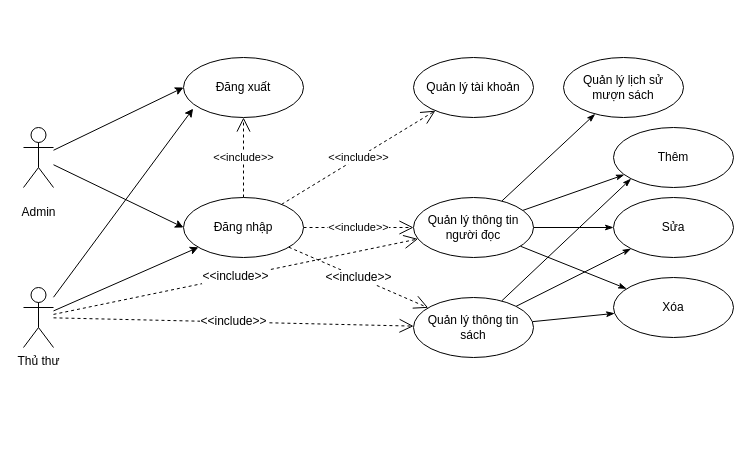
Earlier version of the draw.io diagram src/LibraryManagementProgram/icon/Untitled Diagram.drawio (Mvt1927/DoAnCoSo). Source tidied: cells renumbered, new cells numbered last; positions are measured from the earlier drawing's top-left corner, leaving out a move shared by most shapes. Both pictures are drawn from the tidied source at 100%, with x=0, y=0 at pixel (23, 57).
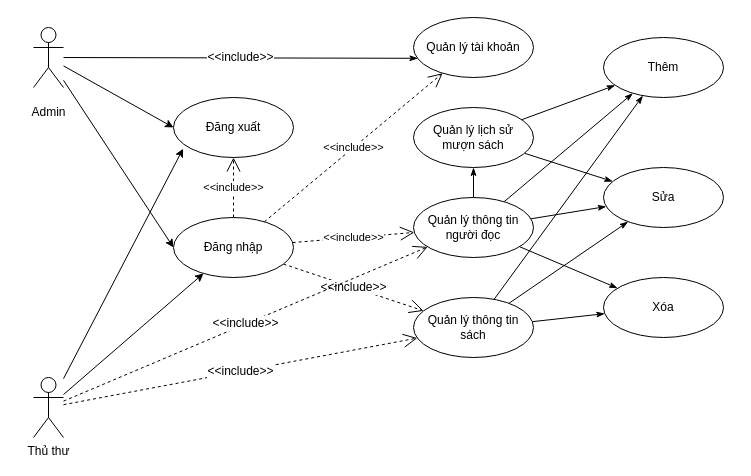
The same diagram, later.

The change refers to these unchanged cells:
```xml
<mxCell id="25" value="Quản lý thông tin sách" style="ellipse;whiteSpace=wrap;html=1;" parent="1" vertex="1">
  <mxGeometry x="390" y="240" width="120" height="60" as="geometry" />
</mxCell>
```

What changed in the source:
```diff
@@
+    <mxCell id="30" value="&amp;lt;&amp;lt;include&amp;gt;&amp;gt;" style="edgeStyle=none;rounded=0;jettySize=auto;html=1;entryX=0.037;entryY=0.68;entryDx=0;entryDy=0;entryPerimeter=0;fontFamily=Helvetica;fontSize=12;fontColor=default;endArrow=classicThin;endFill=1;endSize=6;" parent="1" edge="1" source="4" target="11">
+      <mxGeometry relative="1" as="geometry" />
+    </mxCell>
     <mxCell id="4" value="&lt;p style=&quot;line-height: 1&quot;&gt;Admin&lt;br&gt;&lt;/p&gt;" style="shape=umlActor;verticalLabelPosition=bottom;verticalAlign=top;html=1;outlineConnect=0;" parent="1" vertex="1">
-      <mxGeometry y="70" width="30" height="60" as="geometry" />
+      <mxGeometry x="10" y="-30" width="30" height="60" as="geometry" />
     </mxCell>
@@
     <mxCell id="9" value="Đăng nhập" style="ellipse;whiteSpace=wrap;html=1;" parent="1" vertex="1">
-      <mxGeometry x="160" y="140" width="120" height="60" as="geometry" />
+      <mxGeometry x="150" y="160" width="120" height="60" as="geometry" />
     </mxCell>
     <mxCell id="10" value="Đăng xuất" style="ellipse;whiteSpace=wrap;html=1;" parent="1" vertex="1">
-      <mxGeometry x="160" width="120" height="60" as="geometry" />
+      <mxGeometry x="150" y="40" width="120" height="60" as="geometry" />
     </mxCell>
     <mxCell id="11" value="Quản lý tài khoản" style="ellipse;whiteSpace=wrap;html=1;" parent="1" vertex="1">
-      <mxGeometry x="390" width="120" height="60" as="geometry" />
+      <mxGeometry x="390" y="-40" width="120" height="60" as="geometry" />
     </mxCell>
@@
     <mxCell id="21" value="Thủ thư" style="shape=umlActor;verticalLabelPosition=bottom;verticalAlign=top;html=1;outlineConnect=0;" parent="1" vertex="1">
-      <mxGeometry y="230" width="30" height="60" as="geometry" />
+      <mxGeometry x="10" y="320" width="30" height="60" as="geometry" />
     </mxCell>
-    <mxCell id="22" style="edgeStyle=none;rounded=0;jettySize=auto;html=1;entryX=0;entryY=1;entryDx=0;entryDy=0;fontFamily=Helvetica;fontSize=12;fontColor=default;endArrow=classicThin;endFill=1;endSize=6;" parent="1" edge="1" source="25" target="27">
+    <mxCell id="22" style="edgeStyle=none;rounded=0;jettySize=auto;html=1;fontFamily=Helvetica;fontSize=12;fontColor=default;endArrow=classicThin;endFill=1;endSize=6;" parent="1" edge="1" source="25" target="27">
       <mxGeometry relative="1" as="geometry" />
     </mxCell>
@@
+    <mxCell id="31" style="edgeStyle=none;rounded=0;jettySize=auto;html=1;fontFamily=Helvetica;fontSize=12;fontColor=default;endArrow=classicThin;endFill=1;endSize=6;" parent="1" edge="1" source="26" target="27">
+      <mxGeometry relative="1" as="geometry" />
+    </mxCell>
+    <mxCell id="32" style="edgeStyle=none;rounded=0;jettySize=auto;html=1;fontFamily=Helvetica;fontSize=12;fontColor=default;endArrow=classicThin;endFill=1;endSize=6;" parent="1" edge="1" source="26" target="28">
+      <mxGeometry relative="1" as="geometry" />
+    </mxCell>
     <mxCell id="26" value="Quản lý lịch sử &lt;br&gt;mượn sách" style="ellipse;whiteSpace=wrap;html=1;" parent="1" vertex="1">
-      <mxGeometry x="540" width="120" height="60" as="geometry" />
+      <mxGeometry x="390" y="50" width="120" height="60" as="geometry" />
     </mxCell>
     <mxCell id="27" value="Thêm" style="ellipse;whiteSpace=wrap;html=1;" parent="1" vertex="1">
-      <mxGeometry x="590" y="70" width="120" height="60" as="geometry" />
+      <mxGeometry x="580" y="-20" width="120" height="60" as="geometry" />
     </mxCell>
     <mxCell id="28" value="Sửa" style="ellipse;whiteSpace=wrap;html=1;" parent="1" vertex="1">
-      <mxGeometry x="590" y="140" width="120" height="60" as="geometry" />
+      <mxGeometry x="580" y="110" width="120" height="60" as="geometry" />
     </mxCell>
     <mxCell id="29" value="Xóa" style="ellipse;whiteSpace=wrap;html=1;" parent="1" vertex="1">
-      <mxGeometry x="590" y="220" width="120" height="60" as="geometry" />
+      <mxGeometry x="580" y="220" width="120" height="60" as="geometry" />
     </mxCell>
```
